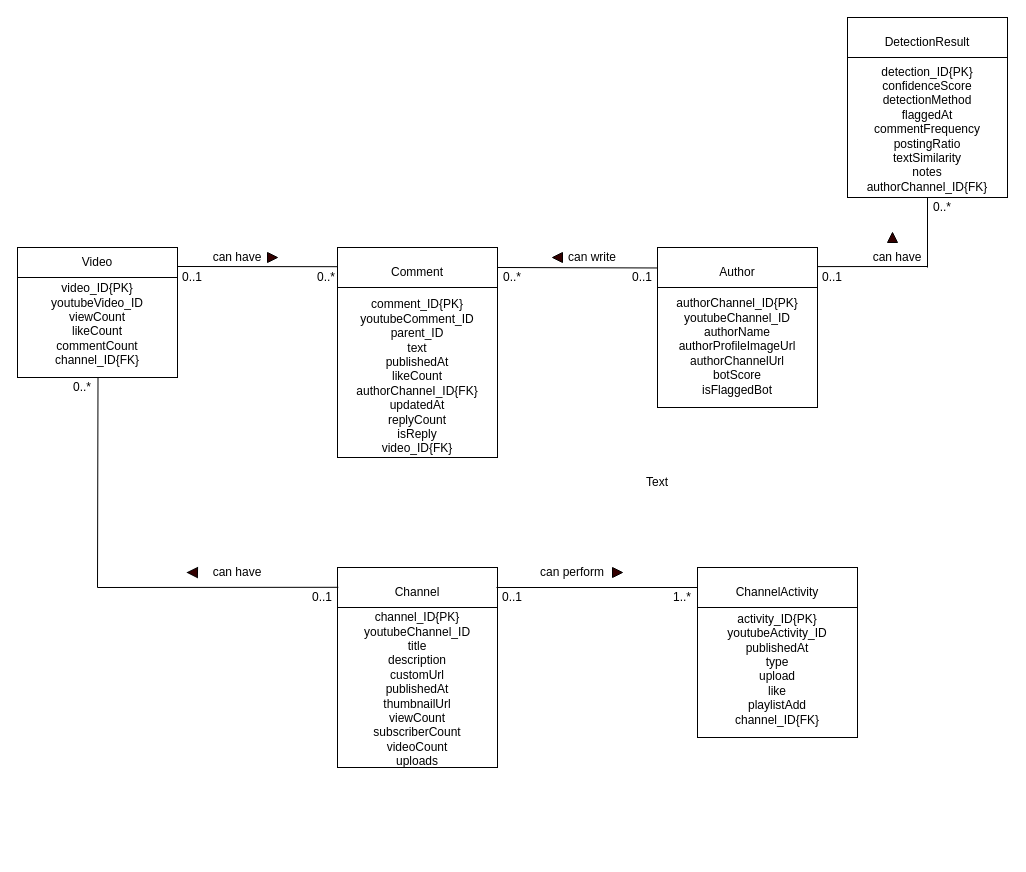
Above: docs/Youtube-Bot-Detector-ERD.drawio in JM3141/youtube-bot-detector (draw.io), before the change. Source tidied: cells renumbered, new cells numbered last; positions are measured from the earlier drawing's top-left corner, leaving out a move shared by most shapes. Both pictures are drawn from the tidied source at 100%, with x=0, y=0 at pixel (17, 17).
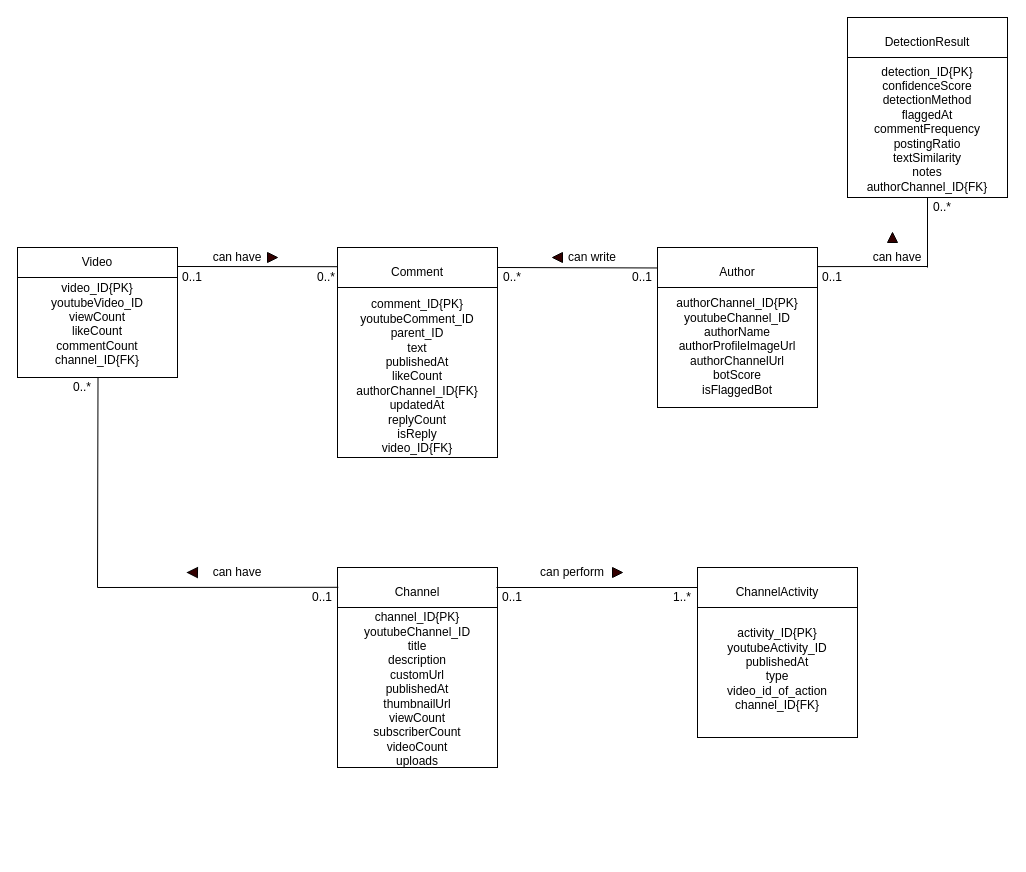
The same page after the edit.

Commit message:
altered ChannelActivity entity

The edit, as a diff of the source:
```diff
@@
-    <mxCell id="17" value="activity_ID{PK}&lt;div&gt;youtubeActivity_ID&lt;br&gt;&lt;div&gt;publishedAt&lt;br&gt;&lt;div&gt;type&lt;/div&gt;&lt;div&gt;upload&lt;/div&gt;&lt;div&gt;like&lt;/div&gt;&lt;div&gt;playlistAdd&lt;/div&gt;&lt;div&gt;channel_ID{FK}&lt;/div&gt;&lt;div&gt;&lt;br&gt;&lt;/div&gt;&lt;div&gt;&lt;br&gt;&lt;/div&gt;&lt;div&gt;&lt;br&gt;&lt;/div&gt;&lt;div&gt;&lt;br&gt;&lt;/div&gt;&lt;div&gt;&lt;div&gt;&lt;br&gt;&lt;div&gt;&lt;br&gt;&lt;/div&gt;&lt;/div&gt;&lt;/div&gt;&lt;/div&gt;&lt;/div&gt;" style="text;html=1;whiteSpace=wrap;strokeColor=none;fillColor=none;align=center;verticalAlign=middle;rounded=0;" parent="1" vertex="1">
+    <mxCell id="17" value="activity_ID{PK}&lt;div&gt;youtubeActivity_ID&lt;br&gt;&lt;div&gt;publishedAt&lt;br&gt;&lt;div&gt;type&lt;/div&gt;&lt;div&gt;video_id_of_action&lt;/div&gt;&lt;div&gt;channel_ID{FK}&lt;/div&gt;&lt;div&gt;&lt;br&gt;&lt;/div&gt;&lt;div&gt;&lt;br&gt;&lt;/div&gt;&lt;div&gt;&lt;br&gt;&lt;/div&gt;&lt;div&gt;&lt;br&gt;&lt;/div&gt;&lt;div&gt;&lt;div&gt;&lt;br&gt;&lt;div&gt;&lt;br&gt;&lt;/div&gt;&lt;/div&gt;&lt;/div&gt;&lt;/div&gt;&lt;/div&gt;" style="text;html=1;whiteSpace=wrap;strokeColor=none;fillColor=none;align=center;verticalAlign=middle;rounded=0;" parent="1" vertex="1">
       <mxGeometry x="730" y="680" width="60" height="30" as="geometry" />
     </mxCell>
@@
-    <mxCell id="53" value="Text" style="text;html=1;whiteSpace=wrap;strokeColor=none;fillColor=none;align=center;verticalAlign=middle;rounded=0;" parent="1" vertex="1">
-      <mxGeometry x="610" y="450" width="60" height="30" as="geometry" />
-    </mxCell>
```
